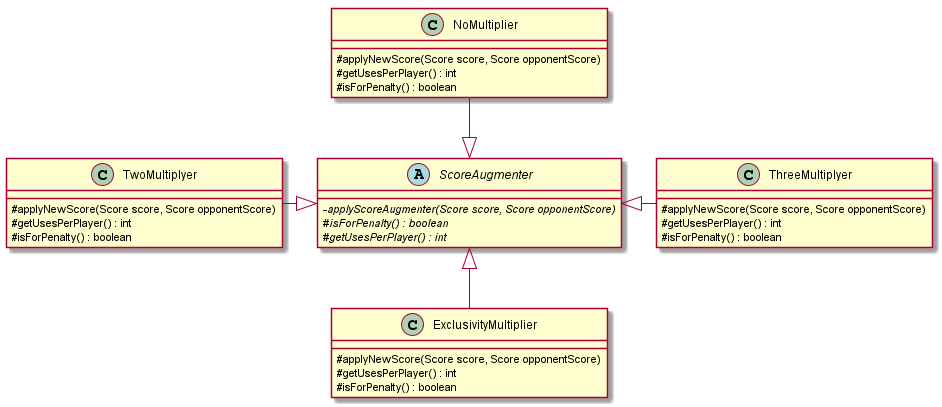
Earlier version of the PlantUML export docs/out/DiagramaClases-DetalleAugmentation/DiagramaUML-DetalleAugmentation-TP2.png (GEscandar/TP2-Kahoot).
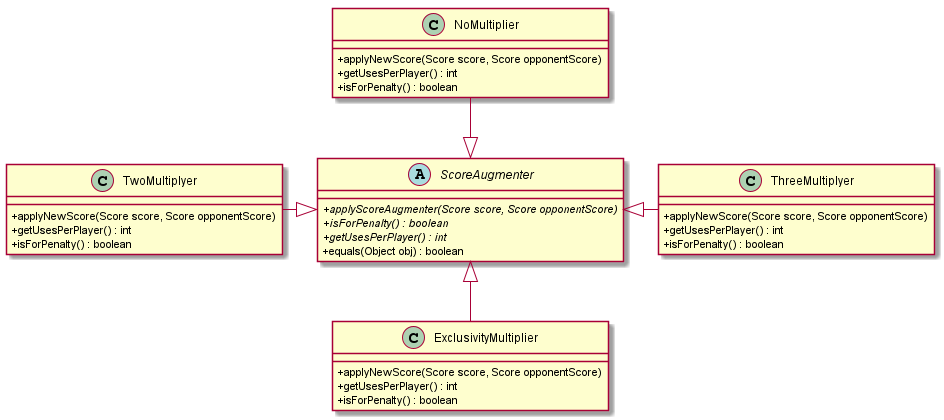
After the commit.

Commit message:
Más correcciones sobre diagramas

Diff of the diagram source:
```diff
@@ -3,33 +3,34 @@
 skinparam classAttributeIconSize 0
 
 abstract ScoreAugmenter{
-    - {abstract}applyScoreAugmenter(Score score, Score opponentScore)
-    # {abstract}isForPenalty() : boolean
-    # {abstract}getUsesPerPlayer() : int
+    + {abstract}applyScoreAugmenter(Score score, Score opponentScore)
+    + {abstract}isForPenalty() : boolean
+    + {abstract}getUsesPerPlayer() : int
+    + equals(Object obj) : boolean
 }
 
 class ThreeMultiplyer{
-    # applyNewScore(Score score, Score opponentScore)
-    # getUsesPerPlayer() : int
-    # isForPenalty() : boolean
+    + applyNewScore(Score score, Score opponentScore)
+    + getUsesPerPlayer() : int
+    + isForPenalty() : boolean
 }
 
 class TwoMultiplyer{
-    # applyNewScore(Score score, Score opponentScore)
-    # getUsesPerPlayer() : int
-    # isForPenalty() : boolean
+    + applyNewScore(Score score, Score opponentScore)
+    + getUsesPerPlayer() : int
+    + isForPenalty() : boolean
 }
 
 class ExclusivityMultiplier{
-    # applyNewScore(Score score, Score opponentScore)
-    # getUsesPerPlayer() : int
-    # isForPenalty() : boolean
+    + applyNewScore(Score score, Score opponentScore)
+    + getUsesPerPlayer() : int
+    + isForPenalty() : boolean
 }
 
 class NoMultiplier{
-    # applyNewScore(Score score, Score opponentScore)
-    # getUsesPerPlayer() : int
-    # isForPenalty() : boolean
+    + applyNewScore(Score score, Score opponentScore)
+    + getUsesPerPlayer() : int
+    + isForPenalty() : boolean
 }
 
 
```
